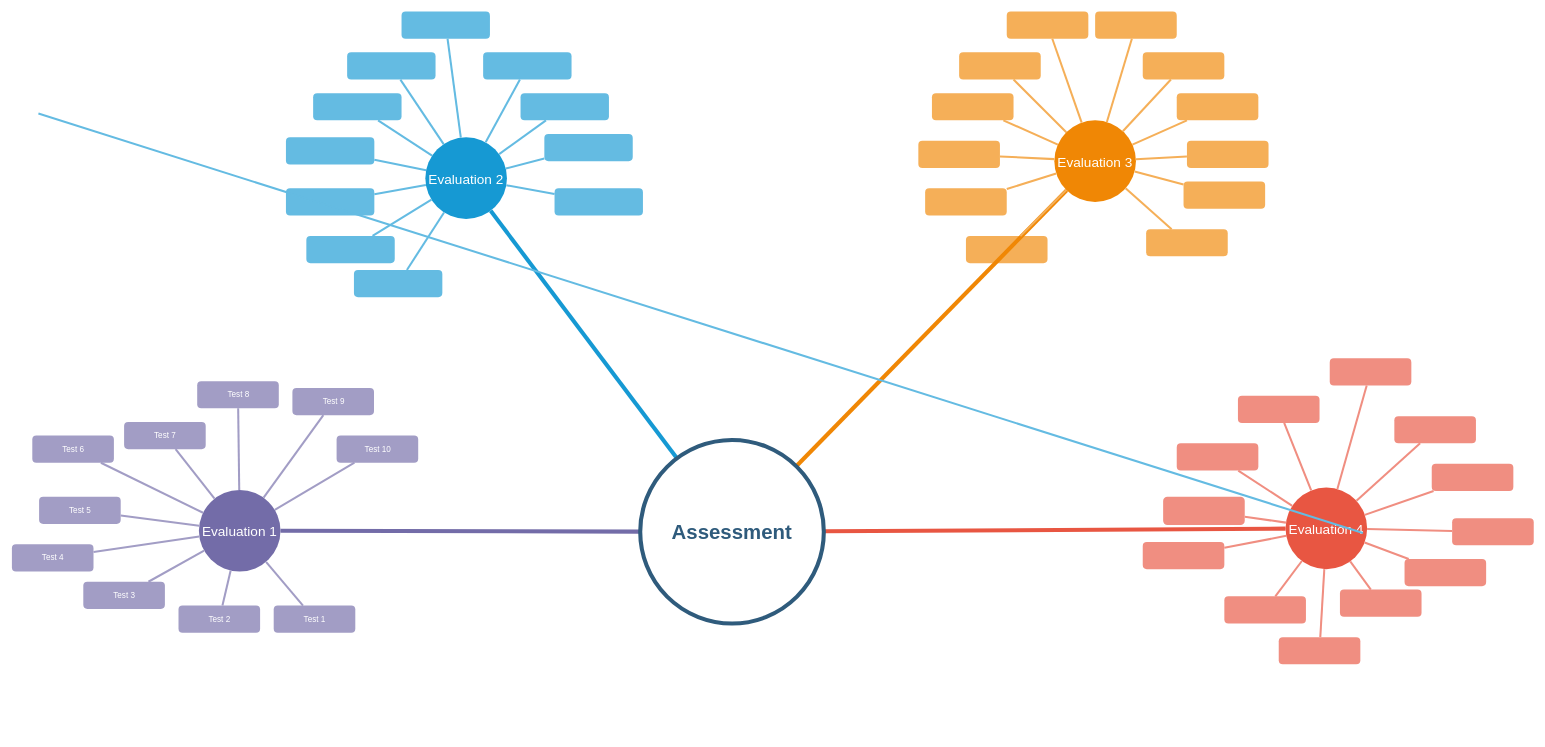
Above: diagramming/Assessment_Evaluation_Test.drawio in aj-stein/notebook (draw.io), before the change. Source tidied: cells renumbered, new cells numbered last; positions are measured from the earlier drawing's top-left corner, leaving out a move shared by most shapes. Both pictures are drawn from the tidied source at 68%, with x=0, y=0 at pixel (12, 11).
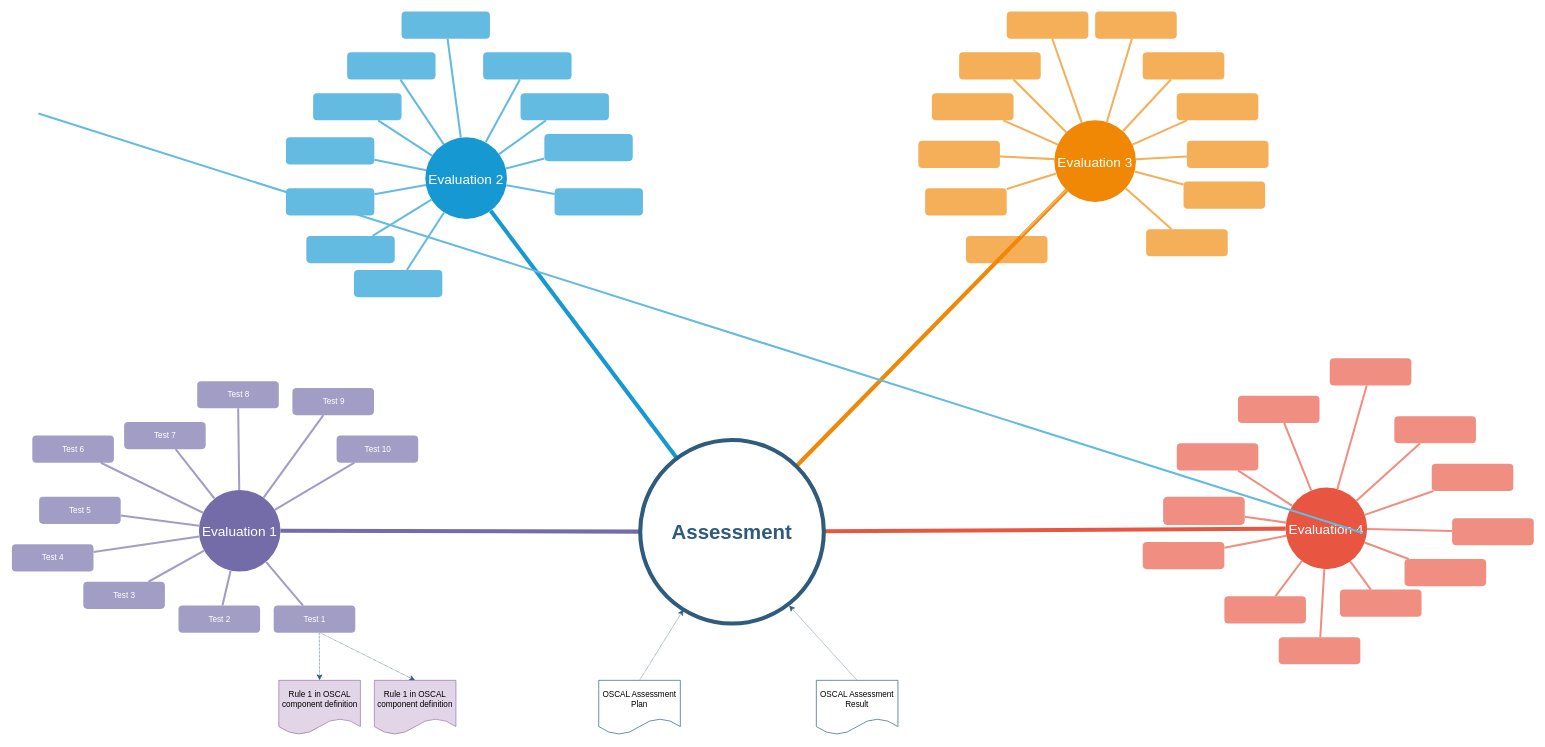
After the change.

Commit message:
Update Assessment_Evaluation_Test.drawio with relationship between test->rule.

The change refers to these unchanged cells:
```xml
<mxCell id="81" value="Assessment" style="ellipse;whiteSpace=wrap;html=1;shadow=0;fontFamily=Helvetica;fontSize=30;fontColor=#2F5B7C;align=center;strokeColor=#2F5B7C;strokeWidth=6;fillColor=#FFFFFF;fontStyle=1;gradientColor=none;" parent="1" vertex="1">
  <mxGeometry x="924" y="630.5" width="270" height="270" as="geometry" />
</mxCell>
```

What changed in the source:
```diff
@@
+    <mxCell id="104" style="edgeStyle=orthogonalEdgeStyle;rounded=0;jettySize=auto;html=1;dashed=1;dashPattern=1 1;startArrow=classic;startFill=1;endArrow=none;endFill=0;strokeColor=#2F5B7C;exitX=0.5;exitY=0;exitDx=0;exitDy=0;" parent="1" edge="1" source="105">
+      <mxGeometry relative="1" as="geometry">
+        <mxPoint x="452" y="914" as="targetPoint" />
+      </mxGeometry>
+    </mxCell>
+    <mxCell id="105" value="Rule 1 in OSCAL component definition" style="shape=document;whiteSpace=wrap;html=1;boundedLbl=1;fillColor=#e1d5e7;strokeColor=#9673a6;" parent="1" vertex="1">
+      <mxGeometry x="392.5" y="984" width="120" height="80" as="geometry" />
+    </mxCell>
+    <mxCell id="106" style="rounded=0;jettySize=auto;html=1;exitX=0.5;exitY=0;exitDx=0;exitDy=0;dashed=1;dashPattern=1 1;startArrow=classic;startFill=1;endArrow=none;endFill=0;strokeColor=#2F5B7C;" parent="1" edge="1" source="107">
+      <mxGeometry relative="1" as="geometry">
+        <mxPoint x="453" y="914" as="targetPoint" />
+      </mxGeometry>
+    </mxCell>
+    <mxCell id="107" value="Rule 1 in OSCAL component definition" style="shape=document;whiteSpace=wrap;html=1;boundedLbl=1;fillColor=#e1d5e7;strokeColor=#9673a6;" parent="1" vertex="1">
+      <mxGeometry x="533" y="984" width="120" height="80" as="geometry" />
+    </mxCell>
+    <mxCell id="108" style="rounded=0;jettySize=auto;html=1;exitX=0.5;exitY=0;exitDx=0;exitDy=0;strokeColor=#2F5B7C;dashed=1;dashPattern=1 1;" parent="1" edge="1" source="109" target="81">
+      <mxGeometry relative="1" as="geometry" />
+    </mxCell>
+    <mxCell id="109" value="OSCAL Assessment Plan" style="shape=document;whiteSpace=wrap;html=1;boundedLbl=1;strokeColor=#2F5B7C;" parent="1" vertex="1">
+      <mxGeometry x="863" y="984" width="120" height="80" as="geometry" />
+    </mxCell>
+    <mxCell id="110" style="edgeStyle=none;rounded=0;jettySize=auto;html=1;exitX=0.5;exitY=0;exitDx=0;exitDy=0;strokeColor=#2F5B7C;dashed=1;dashPattern=1 1;" parent="1" edge="1" source="111">
+      <mxGeometry relative="1" as="geometry">
+        <mxPoint x="1143" y="874" as="targetPoint" />
+      </mxGeometry>
+    </mxCell>
+    <mxCell id="111" value="OSCAL Assessment Result" style="shape=document;whiteSpace=wrap;html=1;boundedLbl=1;strokeColor=#2F5B7C;" parent="1" vertex="1">
+      <mxGeometry x="1183" y="984" width="120" height="80" as="geometry" />
+    </mxCell>
```
